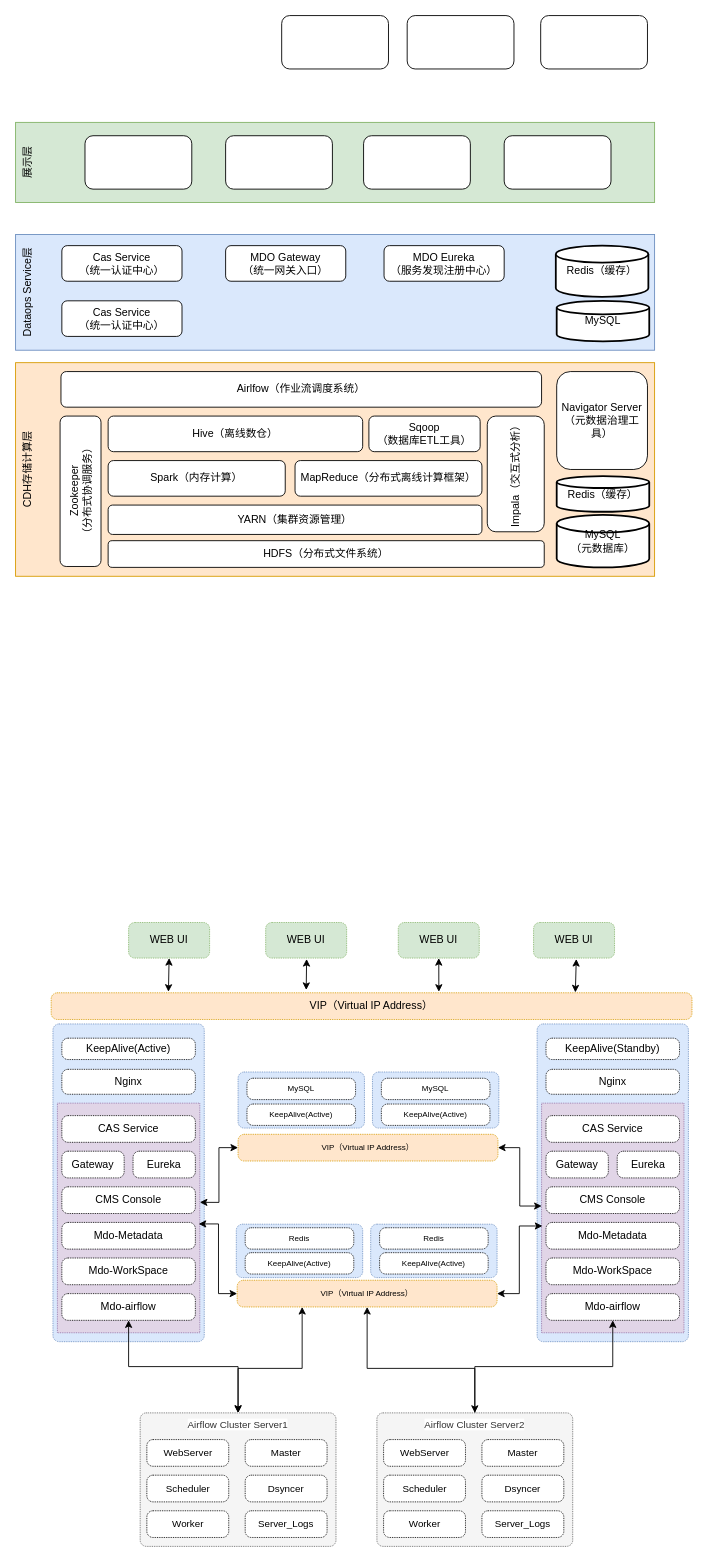
The draw.io diagram Untitled Diagram.drawio in fayson/cdh-autouninstall, before the edit. Source tidied: cells renumbered, new cells numbered last; positions are measured from the earlier drawing's top-left corner, leaving out a move shared by most shapes. Both pictures are drawn from the tidied source at 89%, with x=0, y=0 at pixel (15, 15).
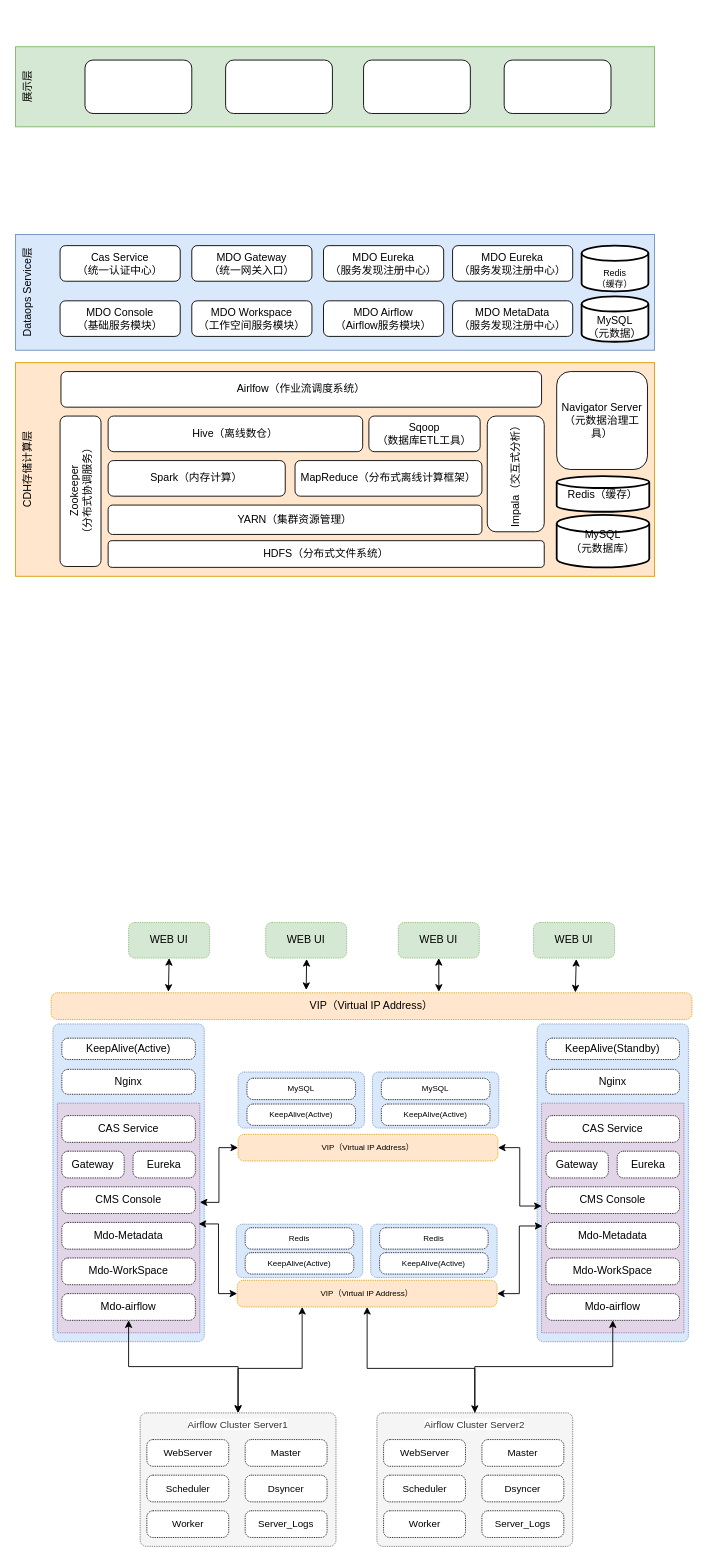
After the change.

Commit message:
Dataops部署架构图

Change to the diagram source:
```diff
@@
     <mxCell id="72" value="展示层" style="rounded=0;whiteSpace=wrap;html=1;align=center;horizontal=0;verticalAlign=top;fillColor=#d5e8d4;strokeColor=#82b366;" parent="1" vertex="1">
-      <mxGeometry y="120" width="718" height="90" as="geometry" />
+      <mxGeometry y="35" width="718" height="90" as="geometry" />
     </mxCell>
-    <mxCell id="73" value="MySQL" style="strokeWidth=2;html=1;shape=mxgraph.flowchart.database;whiteSpace=wrap;" parent="1" vertex="1">
-      <mxGeometry x="608" y="320.5" width="104" height="45.5" as="geometry" />
+    <mxCell id="73" value="MySQL&lt;br&gt;（元数据）" style="strokeWidth=2;html=1;shape=mxgraph.flowchart.database;whiteSpace=wrap;verticalAlign=bottom;" parent="1" vertex="1">
+      <mxGeometry x="636" y="315.5" width="75" height="51" as="geometry" />
     </mxCell>
@@
     <mxCell id="75" value="MDO Gateway&lt;br&gt;（统一网关入口）" style="rounded=1;whiteSpace=wrap;html=1;" parent="1" vertex="1">
-      <mxGeometry x="236" y="258.5" width="135" height="40" as="geometry" />
+      <mxGeometry x="198" y="258.5" width="135" height="40" as="geometry" />
     </mxCell>
-    <mxCell id="76" style="rounded=1;whiteSpace=wrap;html=1;" parent="1" vertex="1">
-      <mxGeometry x="440" width="120" height="60" as="geometry" />
-    </mxCell>
-    <mxCell id="77" style="rounded=1;whiteSpace=wrap;html=1;" parent="1" vertex="1">
-      <mxGeometry x="299" width="120" height="60" as="geometry" />
-    </mxCell>
-    <mxCell id="78" style="rounded=1;whiteSpace=wrap;html=1;" parent="1" vertex="1">
-      <mxGeometry x="590" width="120" height="60" as="geometry" />
-    </mxCell>
     <mxCell id="79" style="rounded=1;whiteSpace=wrap;html=1;" parent="1" vertex="1">
-      <mxGeometry x="78" y="135" width="120" height="60" as="geometry" />
+      <mxGeometry x="78" y="50" width="120" height="60" as="geometry" />
     </mxCell>
     <mxCell id="80" style="rounded=1;whiteSpace=wrap;html=1;" parent="1" vertex="1">
-      <mxGeometry x="236" y="135" width="120" height="60" as="geometry" />
+      <mxGeometry x="236" y="50" width="120" height="60" as="geometry" />
     </mxCell>
     <mxCell id="81" style="rounded=1;whiteSpace=wrap;html=1;" parent="1" vertex="1">
-      <mxGeometry x="391" y="135" width="120" height="60" as="geometry" />
+      <mxGeometry x="391" y="50" width="120" height="60" as="geometry" />
     </mxCell>
     <mxCell id="82" style="rounded=1;whiteSpace=wrap;html=1;" parent="1" vertex="1">
-      <mxGeometry x="549" y="135" width="120" height="60" as="geometry" />
+      <mxGeometry x="549" y="50" width="120" height="60" as="geometry" />
     </mxCell>
@@
-    <mxCell id="93" value="Redis（缓存）" style="strokeWidth=2;html=1;shape=mxgraph.flowchart.database;whiteSpace=wrap;" parent="1" vertex="1">
-      <mxGeometry x="607" y="258.5" width="104" height="57.5" as="geometry" />
+    <mxCell id="93" value="Redis&lt;br style=&quot;font-size: 10px;&quot;&gt;（缓存）" style="strokeWidth=2;html=1;shape=mxgraph.flowchart.database;whiteSpace=wrap;fontSize=10;horizontal=1;verticalAlign=bottom;" parent="1" vertex="1">
+      <mxGeometry x="636" y="258.5" width="75" height="51.5" as="geometry" />
     </mxCell>
     <mxCell id="94" value="MDO Eureka&lt;br&gt;（服务发现注册中心）" style="rounded=1;whiteSpace=wrap;html=1;" parent="1" vertex="1">
-      <mxGeometry x="414" y="258.5" width="135" height="40" as="geometry" />
+      <mxGeometry x="346" y="258.5" width="135" height="40" as="geometry" />
     </mxCell>
     <mxCell id="95" value="Cas Service&lt;br&gt;（统一认证中心）" style="rounded=1;whiteSpace=wrap;html=1;" parent="1" vertex="1">
-      <mxGeometry x="52" y="258.5" width="135" height="40" as="geometry" />
+      <mxGeometry x="50" y="258.5" width="135" height="40" as="geometry" />
     </mxCell>
-    <mxCell id="96" value="Cas Service&lt;br&gt;（统一认证中心）" style="rounded=1;whiteSpace=wrap;html=1;" parent="1" vertex="1">
-      <mxGeometry x="52" y="320.5" width="135" height="40" as="geometry" />
+    <mxCell id="96" value="MDO Console&lt;br&gt;（基础服务模块）" style="rounded=1;whiteSpace=wrap;html=1;" parent="1" vertex="1">
+      <mxGeometry x="50" y="320.5" width="135" height="40" as="geometry" />
     </mxCell>
+    <mxCell id="97" value="MDO Workspace&lt;br&gt;（工作空间服务模块）" style="rounded=1;whiteSpace=wrap;html=1;" parent="1" vertex="1">
+      <mxGeometry x="198" y="320.5" width="135" height="40" as="geometry" />
+    </mxCell>
+    <mxCell id="98" value="MDO Airflow&lt;br&gt;（Airflow服务模块）" style="rounded=1;whiteSpace=wrap;html=1;" parent="1" vertex="1">
+      <mxGeometry x="346" y="320.5" width="135" height="40" as="geometry" />
+    </mxCell>
+    <mxCell id="99" value="MDO Eureka&lt;br&gt;（服务发现注册中心）" style="rounded=1;whiteSpace=wrap;html=1;" parent="1" vertex="1">
+      <mxGeometry x="491" y="258.5" width="135" height="40" as="geometry" />
+    </mxCell>
+    <mxCell id="100" value="MDO MetaData&lt;br&gt;（服务发现注册中心）" style="rounded=1;whiteSpace=wrap;html=1;" parent="1" vertex="1">
+      <mxGeometry x="491" y="320.5" width="135" height="40" as="geometry" />
+    </mxCell>
```
